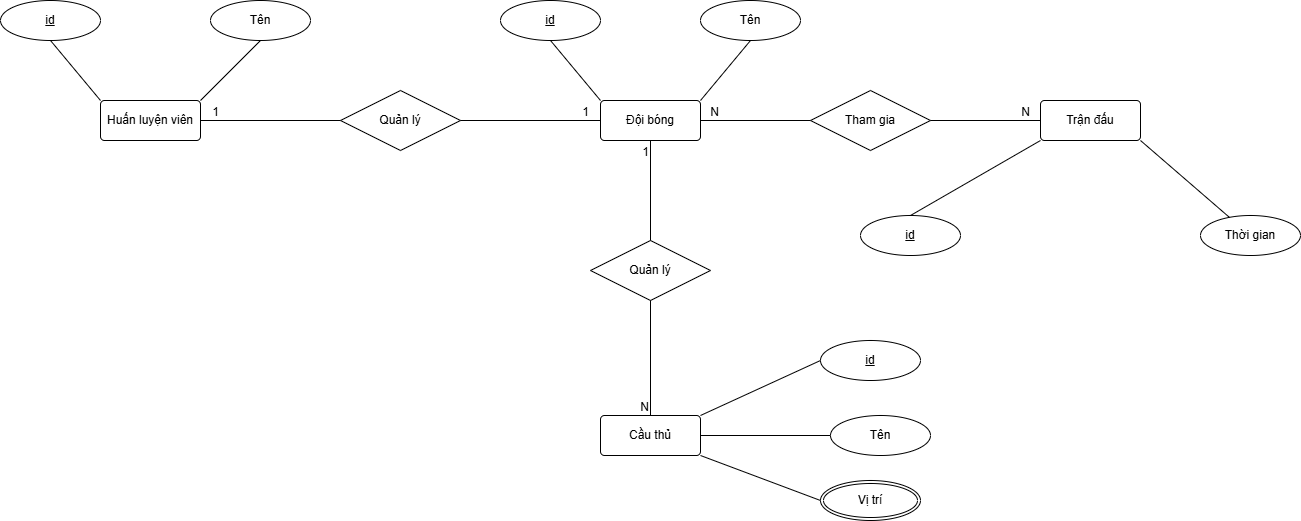
Before: soccerteam_management/soccerteammanagementERD.drawio.png, a diagram exported from draw.io (noddenhoang/module3_c1224). Source tidied: cells renumbered, new cells last; positions are measured from the earlier drawing's top-left corner, leaving out a move shared by most shapes. Its diagram source:
```xml
<mxGraphModel>
  <root>
    <mxCell id="0" />
    <mxCell id="1" parent="0" />
    <mxCell id="2" value="Cầu thủ" style="rounded=1;arcSize=10;whiteSpace=wrap;html=1;align=center;" parent="1" vertex="1">
      <mxGeometry x="600" y="415" width="100" height="40" as="geometry" />
    </mxCell>
    <mxCell id="3" value="id" style="ellipse;whiteSpace=wrap;html=1;align=center;fontStyle=4;" parent="1" vertex="1">
      <mxGeometry x="820" y="340" width="100" height="40" as="geometry" />
    </mxCell>
    <mxCell id="4" value="Tên" style="ellipse;whiteSpace=wrap;html=1;align=center;" parent="1" vertex="1">
      <mxGeometry x="830" y="415" width="100" height="40" as="geometry" />
    </mxCell>
    <mxCell id="5" value="Vị trí" style="ellipse;shape=doubleEllipse;margin=3;whiteSpace=wrap;html=1;align=center;" parent="1" vertex="1">
      <mxGeometry x="820" y="480" width="100" height="40" as="geometry" />
    </mxCell>
    <mxCell id="6" style="endArrow=none;html=1;rounded=0;exitX=0;exitY=0.5;exitDx=0;exitDy=0;entryX=1;entryY=0;entryDx=0;entryDy=0;" parent="1" edge="1" source="3" target="2">
      <mxGeometry relative="1" as="geometry" />
    </mxCell>
    <mxCell id="7" style="endArrow=none;html=1;rounded=0;exitX=0;exitY=0.5;exitDx=0;exitDy=0;entryX=1;entryY=0.5;entryDx=0;entryDy=0;" parent="1" edge="1" source="4" target="2">
      <mxGeometry relative="1" as="geometry" />
    </mxCell>
    <mxCell id="8" style="endArrow=none;html=1;rounded=0;exitX=1;exitY=1;exitDx=0;exitDy=0;entryX=0;entryY=0.5;entryDx=0;entryDy=0;" parent="1" edge="1" source="2" target="5">
      <mxGeometry relative="1" as="geometry" />
    </mxCell>
    <mxCell id="9" value="Quản lý" style="shape=rhombus;perimeter=rhombusPerimeter;whiteSpace=wrap;html=1;align=center;" parent="1" vertex="1">
      <mxGeometry x="340" y="90" width="120" height="60" as="geometry" />
    </mxCell>
    <mxCell id="10" value="Huấn luyện viên" style="rounded=1;arcSize=10;whiteSpace=wrap;html=1;align=center;" parent="1" vertex="1">
      <mxGeometry x="100" y="100" width="100" height="40" as="geometry" />
    </mxCell>
    <mxCell id="11" value="Đội bóng" style="rounded=1;arcSize=10;whiteSpace=wrap;html=1;align=center;" parent="1" vertex="1">
      <mxGeometry x="600" y="100" width="100" height="40" as="geometry" />
    </mxCell>
    <mxCell id="12" style="endArrow=none;html=1;rounded=0;exitX=0;exitY=0.5;exitDx=0;exitDy=0;entryX=1;entryY=0.5;entryDx=0;entryDy=0;" parent="1" edge="1" source="9" target="10">
      <mxGeometry relative="1" as="geometry" />
    </mxCell>
    <mxCell id="13" value="1" style="html=1;whiteSpace=wrap;align=right;verticalAlign=bottom;" parent="12" vertex="1">
      <mxGeometry x="1" relative="1" as="geometry">
        <mxPoint x="20" as="offset" />
      </mxGeometry>
    </mxCell>
    <mxCell id="14" style="endArrow=none;html=1;rounded=0;exitX=1;exitY=0.5;exitDx=0;exitDy=0;entryX=0;entryY=0.5;entryDx=0;entryDy=0;" parent="1" edge="1" source="9" target="11">
      <mxGeometry relative="1" as="geometry" />
    </mxCell>
    <mxCell id="15" value="1" style="html=1;whiteSpace=wrap;align=right;verticalAlign=bottom;" parent="14" vertex="1">
      <mxGeometry x="1" relative="1" as="geometry">
        <mxPoint x="-10" as="offset" />
      </mxGeometry>
    </mxCell>
    <mxCell id="16" value="id" style="ellipse;whiteSpace=wrap;html=1;align=center;fontStyle=4;" parent="1" vertex="1">
      <mxGeometry width="100" height="40" as="geometry" />
    </mxCell>
    <mxCell id="17" value="id" style="ellipse;whiteSpace=wrap;html=1;align=center;fontStyle=4;" parent="1" vertex="1">
      <mxGeometry x="500" width="100" height="40" as="geometry" />
    </mxCell>
    <mxCell id="18" value="Tên" style="ellipse;whiteSpace=wrap;html=1;align=center;" parent="1" vertex="1">
      <mxGeometry x="210" width="100" height="40" as="geometry" />
    </mxCell>
    <mxCell id="19" value="Tên" style="ellipse;whiteSpace=wrap;html=1;align=center;" parent="1" vertex="1">
      <mxGeometry x="700" width="100" height="40" as="geometry" />
    </mxCell>
    <mxCell id="20" style="endArrow=none;html=1;rounded=0;exitX=0.5;exitY=1;exitDx=0;exitDy=0;entryX=0;entryY=0;entryDx=0;entryDy=0;" parent="1" edge="1" source="16" target="10">
      <mxGeometry relative="1" as="geometry" />
    </mxCell>
    <mxCell id="21" style="endArrow=none;html=1;rounded=0;exitX=1;exitY=0;exitDx=0;exitDy=0;entryX=0.5;entryY=1;entryDx=0;entryDy=0;" parent="1" edge="1" source="10" target="18">
      <mxGeometry relative="1" as="geometry" />
    </mxCell>
    <mxCell id="22" style="endArrow=none;html=1;rounded=0;exitX=0.5;exitY=1;exitDx=0;exitDy=0;entryX=0;entryY=0;entryDx=0;entryDy=0;" parent="1" edge="1" source="17" target="11">
      <mxGeometry relative="1" as="geometry" />
    </mxCell>
    <mxCell id="23" style="endArrow=none;html=1;rounded=0;exitX=1;exitY=0;exitDx=0;exitDy=0;entryX=0.5;entryY=1;entryDx=0;entryDy=0;" parent="1" edge="1" source="11" target="19">
      <mxGeometry relative="1" as="geometry" />
    </mxCell>
    <mxCell id="24" value="Quản lý" style="shape=rhombus;perimeter=rhombusPerimeter;whiteSpace=wrap;html=1;align=center;" parent="1" vertex="1">
      <mxGeometry x="590" y="240" width="120" height="60" as="geometry" />
    </mxCell>
    <mxCell id="25" style="endArrow=none;html=1;rounded=0;entryX=0.5;entryY=0;entryDx=0;entryDy=0;exitX=0.5;exitY=1;exitDx=0;exitDy=0;" parent="1" edge="1" source="24" target="2">
      <mxGeometry relative="1" as="geometry" />
    </mxCell>
    <mxCell id="26" value="N" style="html=1;whiteSpace=wrap;align=right;verticalAlign=bottom;" parent="25" vertex="1">
      <mxGeometry x="1" relative="1" as="geometry" />
    </mxCell>
    <mxCell id="27" style="endArrow=none;html=1;rounded=0;entryX=0.5;entryY=1;entryDx=0;entryDy=0;" parent="1" edge="1" source="24" target="11">
      <mxGeometry relative="1" as="geometry" />
    </mxCell>
    <mxCell id="28" value="1" style="html=1;whiteSpace=wrap;align=right;verticalAlign=bottom;" parent="27" vertex="1">
      <mxGeometry x="1" relative="1" as="geometry">
        <mxPoint y="20" as="offset" />
      </mxGeometry>
    </mxCell>
    <mxCell id="29" value="Trận đấu" style="rounded=1;arcSize=10;whiteSpace=wrap;html=1;align=center;" parent="1" vertex="1">
      <mxGeometry x="1040" y="100" width="100" height="40" as="geometry" />
    </mxCell>
    <mxCell id="30" value="id" style="ellipse;whiteSpace=wrap;html=1;align=center;fontStyle=4;" parent="1" vertex="1">
      <mxGeometry x="860" y="215" width="100" height="40" as="geometry" />
    </mxCell>
    <mxCell id="31" value="Thời gian" style="ellipse;whiteSpace=wrap;html=1;align=center;" parent="1" vertex="1">
      <mxGeometry x="1200" y="215" width="100" height="40" as="geometry" />
    </mxCell>
    <mxCell id="32" value="Tham gia" style="shape=rhombus;perimeter=rhombusPerimeter;whiteSpace=wrap;html=1;align=center;" parent="1" vertex="1">
      <mxGeometry x="810" y="90" width="120" height="60" as="geometry" />
    </mxCell>
    <mxCell id="33" style="endArrow=none;html=1;rounded=0;exitX=1;exitY=0.5;exitDx=0;exitDy=0;entryX=0;entryY=0.5;entryDx=0;entryDy=0;" parent="1" edge="1" source="32" target="29">
      <mxGeometry relative="1" as="geometry" />
    </mxCell>
    <mxCell id="34" value="N" style="html=1;whiteSpace=wrap;align=right;verticalAlign=bottom;" parent="33" vertex="1">
      <mxGeometry x="1" relative="1" as="geometry">
        <mxPoint x="-10" as="offset" />
      </mxGeometry>
    </mxCell>
    <mxCell id="35" style="endArrow=none;html=1;rounded=0;entryX=1;entryY=0.5;entryDx=0;entryDy=0;" parent="1" edge="1" source="32" target="11">
      <mxGeometry relative="1" as="geometry" />
    </mxCell>
    <mxCell id="36" value="N" style="html=1;whiteSpace=wrap;align=right;verticalAlign=bottom;" parent="35" vertex="1">
      <mxGeometry x="1" relative="1" as="geometry">
        <mxPoint x="20" as="offset" />
      </mxGeometry>
    </mxCell>
    <mxCell id="37" style="endArrow=none;html=1;rounded=0;entryX=0;entryY=1;entryDx=0;entryDy=0;exitX=0.5;exitY=0;exitDx=0;exitDy=0;" parent="1" edge="1" source="30" target="29">
      <mxGeometry relative="1" as="geometry" />
    </mxCell>
    <mxCell id="38" style="endArrow=none;html=1;rounded=0;exitX=1;exitY=1;exitDx=0;exitDy=0;" parent="1" edge="1" source="29" target="31">
      <mxGeometry relative="1" as="geometry" />
    </mxCell>
  </root>
</mxGraphModel>
```
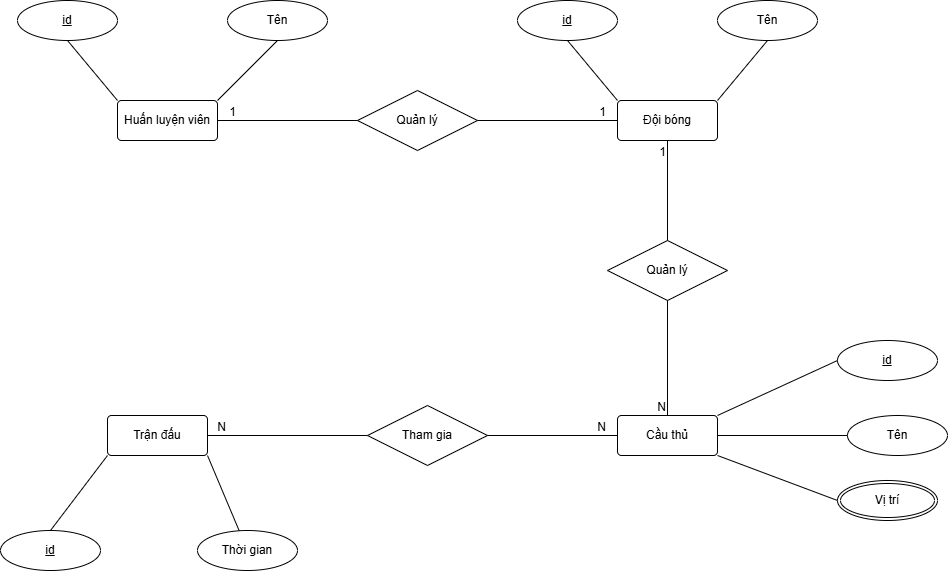
Later version of the same file.

The edit, as a diff of the source:
```diff
@@ -90,33 +90,33 @@
       </mxGeometry>
     </mxCell>
     <mxCell id="29" value="Trận đấu" style="rounded=1;arcSize=10;whiteSpace=wrap;html=1;align=center;" parent="1" vertex="1">
-      <mxGeometry x="1040" y="100" width="100" height="40" as="geometry" />
+      <mxGeometry x="90" y="415" width="100" height="40" as="geometry" />
     </mxCell>
     <mxCell id="30" value="id" style="ellipse;whiteSpace=wrap;html=1;align=center;fontStyle=4;" parent="1" vertex="1">
-      <mxGeometry x="860" y="215" width="100" height="40" as="geometry" />
+      <mxGeometry x="-17" y="530" width="100" height="40" as="geometry" />
     </mxCell>
     <mxCell id="31" value="Thời gian" style="ellipse;whiteSpace=wrap;html=1;align=center;" parent="1" vertex="1">
-      <mxGeometry x="1200" y="215" width="100" height="40" as="geometry" />
+      <mxGeometry x="180" y="530" width="100" height="40" as="geometry" />
     </mxCell>
     <mxCell id="32" value="Tham gia" style="shape=rhombus;perimeter=rhombusPerimeter;whiteSpace=wrap;html=1;align=center;" parent="1" vertex="1">
-      <mxGeometry x="810" y="90" width="120" height="60" as="geometry" />
+      <mxGeometry x="350" y="405" width="120" height="60" as="geometry" />
     </mxCell>
+    <mxCell id="39" style="endArrow=none;html=1;rounded=0;exitX=1;exitY=0.5;exitDx=0;exitDy=0;entryX=0;entryY=0.5;entryDx=0;entryDy=0;" parent="1" edge="1" source="32" target="2">
+      <mxGeometry relative="1" as="geometry" />
+    </mxCell>
+    <mxCell id="40" value="N" style="html=1;whiteSpace=wrap;align=right;verticalAlign=bottom;" parent="39" vertex="1">
+      <mxGeometry x="1" relative="1" as="geometry">
+        <mxPoint x="-10" as="offset" />
+      </mxGeometry>
+    </mxCell>
-    <mxCell id="33" style="endArrow=none;html=1;rounded=0;exitX=1;exitY=0.5;exitDx=0;exitDy=0;entryX=0;entryY=0.5;entryDx=0;entryDy=0;" parent="1" edge="1" source="32" target="29">
+    <mxCell id="33" style="endArrow=none;html=1;rounded=0;entryX=1;entryY=0.5;entryDx=0;entryDy=0;" parent="1" edge="1" source="32" target="29">
       <mxGeometry relative="1" as="geometry" />
     </mxCell>
-    <mxCell id="34" value="N" style="html=1;whiteSpace=wrap;align=right;verticalAlign=bottom;" parent="33" vertex="1">
-      <mxGeometry x="1" relative="1" as="geometry">
-        <mxPoint x="-10" as="offset" />
-      </mxGeometry>
-    </mxCell>
-    <mxCell id="35" style="endArrow=none;html=1;rounded=0;entryX=1;entryY=0.5;entryDx=0;entryDy=0;" parent="1" edge="1" source="32" target="11">
-      <mxGeometry relative="1" as="geometry" />
-    </mxCell>
-    <mxCell id="36" value="N" style="html=1;whiteSpace=wrap;align=right;verticalAlign=bottom;" parent="35" vertex="1">
-      <mxGeometry x="1" relative="1" as="geometry">
-        <mxPoint x="20" as="offset" />
-      </mxGeometry>
-    </mxCell>
+    <mxCell id="41" value="N" style="html=1;whiteSpace=wrap;align=right;verticalAlign=bottom;" parent="33" vertex="1">
+      <mxGeometry x="1" relative="1" as="geometry">
+        <mxPoint x="20" as="offset" />
+      </mxGeometry>
+    </mxCell>
     <mxCell id="37" style="endArrow=none;html=1;rounded=0;entryX=0;entryY=1;entryDx=0;entryDy=0;exitX=0.5;exitY=0;exitDx=0;exitDy=0;" parent="1" edge="1" source="30" target="29">
       <mxGeometry relative="1" as="geometry" />
     </mxCell>
```
